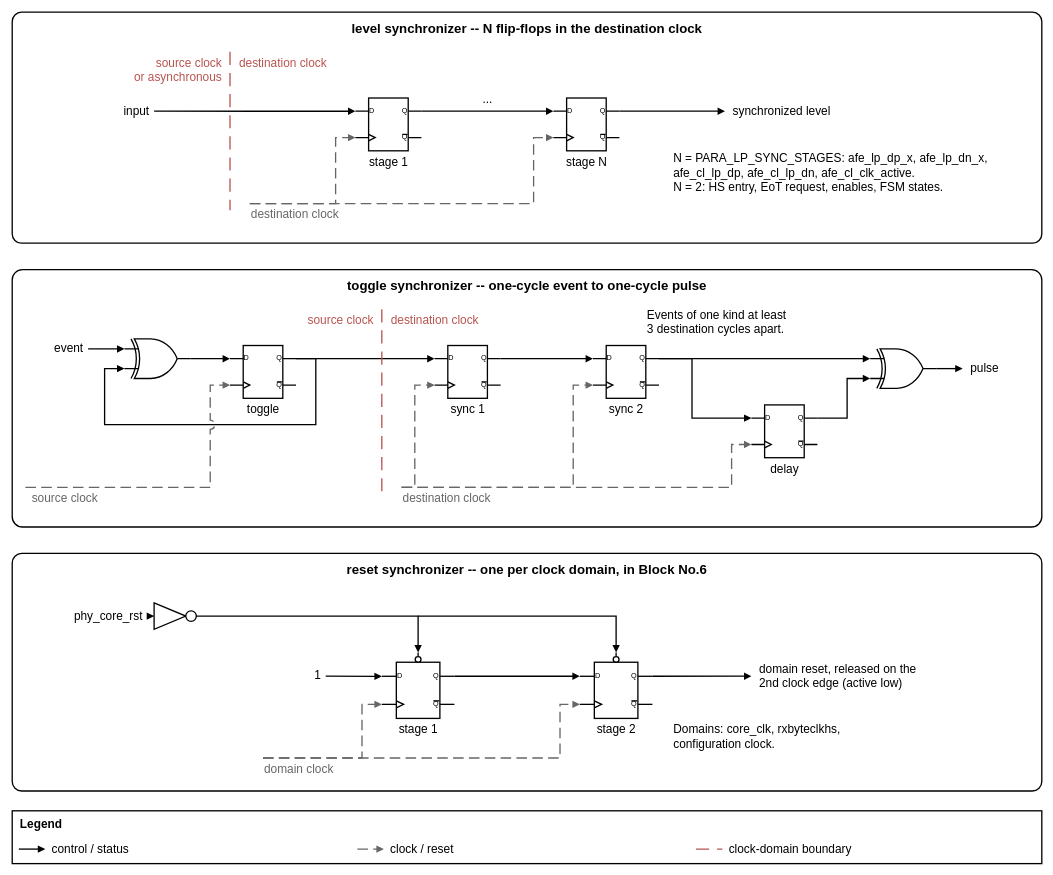
Above: 22fdx/rx/digital/hw/rtl/ip/ftel_dphy_rx/doc/figures/ftel_dphy_rx_sync_cells.drawio in ftel-cdc/fu3_dphy (draw.io), before the change. Source tidied: cells renumbered, new cells numbered last; positions are measured from the earlier drawing's top-left corner, leaving out a move shared by most shapes. Both pictures are drawn from the tidied source at 66%, with x=0, y=0 at pixel (12, 12).
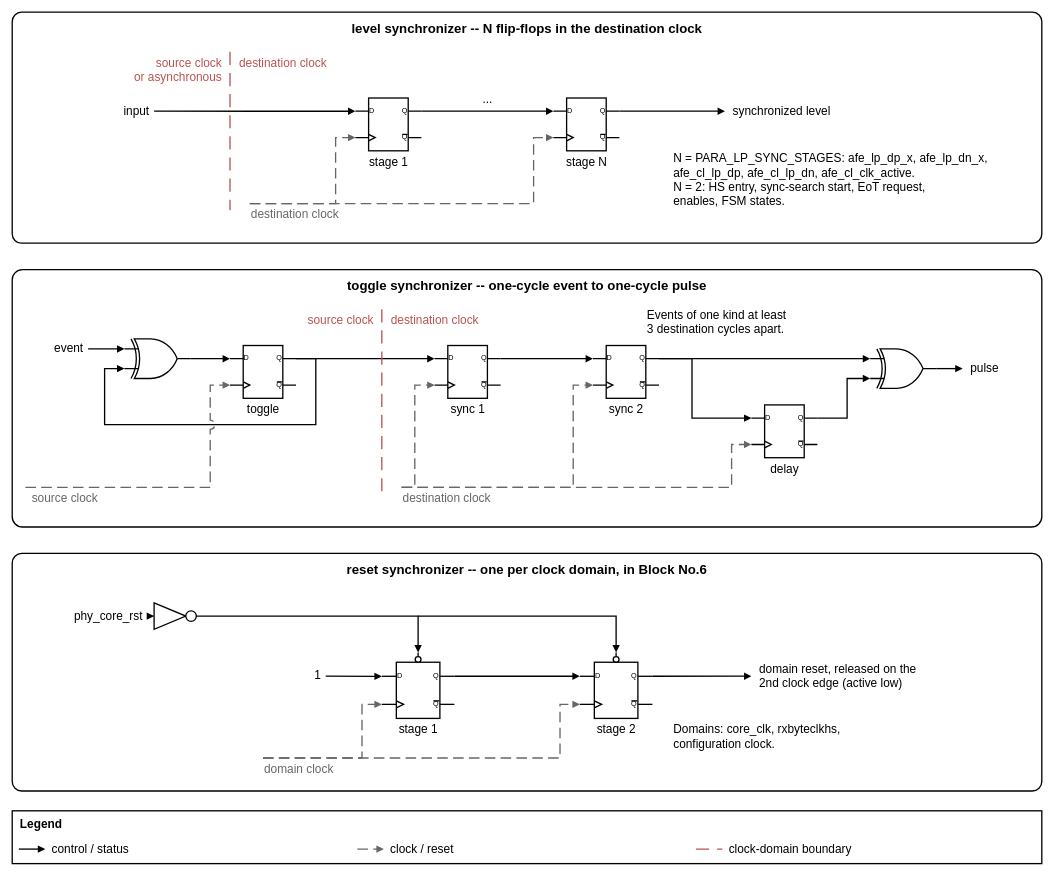
The same diagram, later.

Change to the diagram source:
```diff
@@
-    <mxCell id="15" value="N = PARA_LP_SYNC_STAGES: afe_lp_dp_x, afe_lp_dn_x,&lt;br&gt;afe_cl_lp_dp, afe_cl_lp_dn, afe_cl_clk_active.&lt;br&gt;N = 2: HS entry, EoT request, enables, FSM states." style="text;html=1;whiteSpace=wrap;fontSize=18;align=left;verticalAlign=top;strokeColor=none;fillColor=none;spacing=2;" parent="1" vertex="1">
+    <mxCell id="15" value="N = PARA_LP_SYNC_STAGES: afe_lp_dp_x, afe_lp_dn_x,&lt;br&gt;afe_cl_lp_dp, afe_cl_lp_dn, afe_cl_clk_active.&lt;br&gt;N = 2: HS entry, sync-search start, EoT request,&lt;br&gt;enables, FSM states." style="text;html=1;whiteSpace=wrap;fontSize=18;align=left;verticalAlign=top;strokeColor=none;fillColor=none;spacing=2;" parent="1" vertex="1">
       <mxGeometry x="1000" y="205" width="540" height="130" as="geometry" />
     </mxCell>
```
